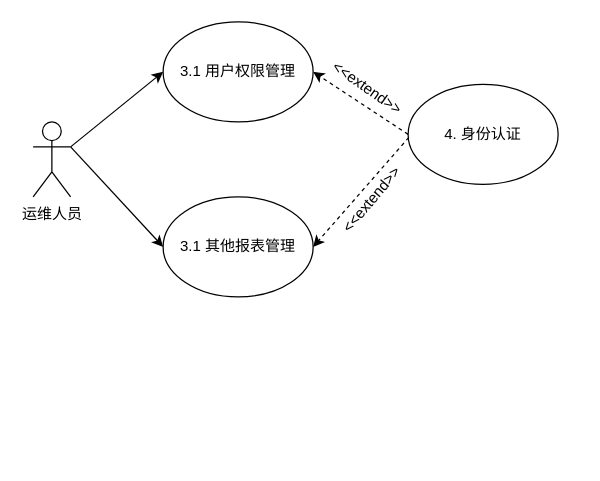
The draw.io diagram 需求分析3.drawio in sunray42/diagrams, before the edit. Source tidied: cells renumbered, new cells numbered last; positions are measured from the earlier drawing's top-left corner, leaving out a move shared by most shapes. Both pictures are drawn from the tidied source at 125%, with x=0, y=0 at pixel (32, 21).
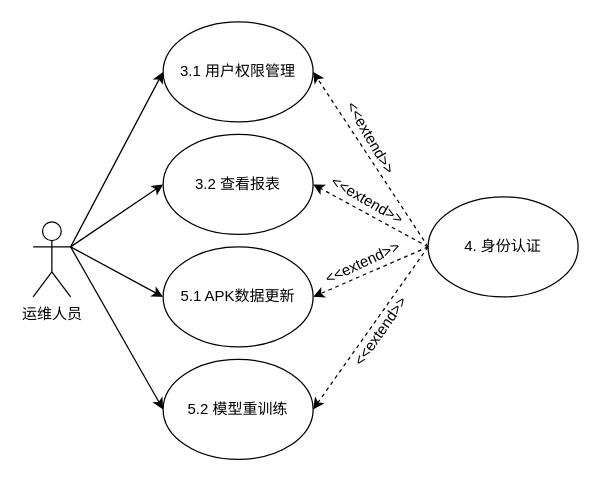
The same page after the edit.

Commit message:
更新需求分析3.drawio

Diff of the diagram source:
```diff
@@
 <mxGraphModel>
   <root>
     <mxCell id="0" />
     <mxCell id="1" parent="0" />
     <mxCell id="2" style="rounded=0;jettySize=auto;html=1;exitX=1;exitY=0.3333333333333333;exitDx=0;exitDy=0;exitPerimeter=0;entryX=0;entryY=0.5;entryDx=0;entryDy=0;" parent="1" edge="1" source="4" target="5">
       <mxGeometry relative="1" as="geometry" />
     </mxCell>
     <mxCell id="3" style="rounded=0;jettySize=auto;html=1;exitX=1;exitY=0.3333333333333333;exitDx=0;exitDy=0;exitPerimeter=0;entryX=0;entryY=0.5;entryDx=0;entryDy=0;" parent="1" edge="1" source="4" target="10">
       <mxGeometry relative="1" as="geometry" />
     </mxCell>
+    <mxCell id="12" style="rounded=0;jettySize=auto;html=1;exitX=1;exitY=0.3333333333333333;exitDx=0;exitDy=0;exitPerimeter=0;entryX=0;entryY=0.5;entryDx=0;entryDy=0;" parent="1" edge="1" source="4" target="17">
+      <mxGeometry relative="1" as="geometry" />
+    </mxCell>
+    <mxCell id="13" style="rounded=0;jettySize=auto;html=1;exitX=1;exitY=0.3333333333333333;exitDx=0;exitDy=0;exitPerimeter=0;entryX=0;entryY=0.5;entryDx=0;entryDy=0;" parent="1" edge="1" source="4" target="19">
+      <mxGeometry relative="1" as="geometry" />
+    </mxCell>
     <mxCell id="4" value="运维人员" style="shape=umlActor;verticalLabelPosition=bottom;verticalAlign=top;html=1;outlineConnect=0;" parent="1" vertex="1">
-      <mxGeometry y="80" width="30" height="60" as="geometry" />
+      <mxGeometry y="160" width="30" height="60" as="geometry" />
     </mxCell>
     <mxCell id="5" value="3.1 用户权限管理" style="ellipse;whiteSpace=wrap;html=1;" parent="1" vertex="1">
       <mxGeometry x="104" width="120" height="80" as="geometry" />
     </mxCell>
     <mxCell id="6" style="rounded=0;jettySize=auto;html=1;exitX=0;exitY=0.5;exitDx=0;exitDy=0;entryX=1;entryY=0.5;entryDx=0;entryDy=0;dashed=1;" parent="1" edge="1" source="7" target="5">
       <mxGeometry relative="1" as="geometry" />
     </mxCell>
+    <mxCell id="14" style="rounded=0;jettySize=auto;html=1;exitX=0;exitY=0.5;exitDx=0;exitDy=0;entryX=1;entryY=0.5;entryDx=0;entryDy=0;dashed=1;" parent="1" edge="1" source="7" target="10">
+      <mxGeometry relative="1" as="geometry" />
+    </mxCell>
+    <mxCell id="15" style="rounded=0;jettySize=auto;html=1;exitX=0;exitY=0.5;exitDx=0;exitDy=0;entryX=1;entryY=0.5;entryDx=0;entryDy=0;dashed=1;" parent="1" edge="1" source="7" target="17">
+      <mxGeometry relative="1" as="geometry" />
+    </mxCell>
+    <mxCell id="16" style="rounded=0;jettySize=auto;html=1;exitX=0;exitY=0.5;exitDx=0;exitDy=0;entryX=1;entryY=0.5;entryDx=0;entryDy=0;dashed=1;" parent="1" edge="1" source="7" target="19">
+      <mxGeometry relative="1" as="geometry" />
+    </mxCell>
     <mxCell id="7" value="4. 身份认证" style="ellipse;whiteSpace=wrap;html=1;" parent="1" vertex="1">
-      <mxGeometry x="300" y="50" width="120" height="80" as="geometry" />
+      <mxGeometry x="316" y="140" width="120" height="80" as="geometry" />
     </mxCell>
-    <mxCell id="8" value="&amp;lt;&amp;lt;extend&amp;gt;&amp;gt;" style="text;html=1;strokeColor=none;fillColor=none;align=center;verticalAlign=middle;whiteSpace=wrap;rounded=0;rotation=35;" parent="1" vertex="1">
-      <mxGeometry x="232.5" y="40" width="70" height="25" as="geometry" />
+    <mxCell id="8" value="&amp;lt;&amp;lt;extend&amp;gt;&amp;gt;" style="text;html=1;strokeColor=none;fillColor=none;align=center;verticalAlign=middle;whiteSpace=wrap;rounded=0;rotation=60;" parent="1" vertex="1">
+      <mxGeometry x="235.5" y="80" width="70" height="25" as="geometry" />
     </mxCell>
-    <mxCell id="9" style="rounded=0;jettySize=auto;html=1;exitX=1;exitY=0.25;exitDx=0;exitDy=0;entryX=1;entryY=0.5;entryDx=0;entryDy=0;dashed=1;" parent="1" edge="1" target="10">
-      <mxGeometry relative="1" as="geometry">
-        <mxPoint x="300.6" y="92.4" as="sourcePoint" />
-      </mxGeometry>
-    </mxCell>
-    <mxCell id="10" value="3.1 其他报表管理" style="ellipse;whiteSpace=wrap;html=1;" parent="1" vertex="1">
-      <mxGeometry x="104" y="140" width="120" height="80" as="geometry" />
+    <mxCell id="10" value="3.2 查看报表" style="ellipse;whiteSpace=wrap;html=1;" parent="1" vertex="1">
+      <mxGeometry x="104" y="90" width="120" height="80" as="geometry" />
     </mxCell>
-    <mxCell id="11" value="&amp;lt;&amp;lt;extend&amp;gt;&amp;gt;" style="text;html=1;strokeColor=none;fillColor=none;align=center;verticalAlign=middle;whiteSpace=wrap;rounded=0;rotation=-50;" parent="1" vertex="1">
-      <mxGeometry x="232.5" y="130" width="76" height="25" as="geometry" />
+    <mxCell id="11" value="&amp;lt;&amp;lt;extend&amp;gt;&amp;gt;" style="text;html=1;strokeColor=none;fillColor=none;align=center;verticalAlign=middle;whiteSpace=wrap;rounded=0;rotation=30;" parent="1" vertex="1">
+      <mxGeometry x="229.5" y="130" width="76" height="25" as="geometry" />
     </mxCell>
+    <mxCell id="17" value="5.1 APK数据更新" style="ellipse;whiteSpace=wrap;html=1;" parent="1" vertex="1">
+      <mxGeometry x="104" y="180" width="120" height="80" as="geometry" />
+    </mxCell>
+    <mxCell id="18" value="&amp;lt;&amp;lt;extend&amp;gt;&amp;gt;" style="text;html=1;strokeColor=none;fillColor=none;align=center;verticalAlign=middle;whiteSpace=wrap;rounded=0;rotation=-55;" parent="1" vertex="1">
+      <mxGeometry x="240" y="235" width="76" height="25" as="geometry" />
+    </mxCell>
+    <mxCell id="19" value="5.2 模型重训练" style="ellipse;whiteSpace=wrap;html=1;" parent="1" vertex="1">
+      <mxGeometry x="104" y="270" width="120" height="80" as="geometry" />
+    </mxCell>
+    <mxCell id="20" value="&amp;lt;&amp;lt;extend&amp;gt;&amp;gt;" style="text;html=1;strokeColor=none;fillColor=none;align=center;verticalAlign=middle;whiteSpace=wrap;rounded=0;rotation=-25;" parent="1" vertex="1">
+      <mxGeometry x="226" y="180.5" width="76" height="25" as="geometry" />
+    </mxCell>
   </root>
 </mxGraphModel>
```
